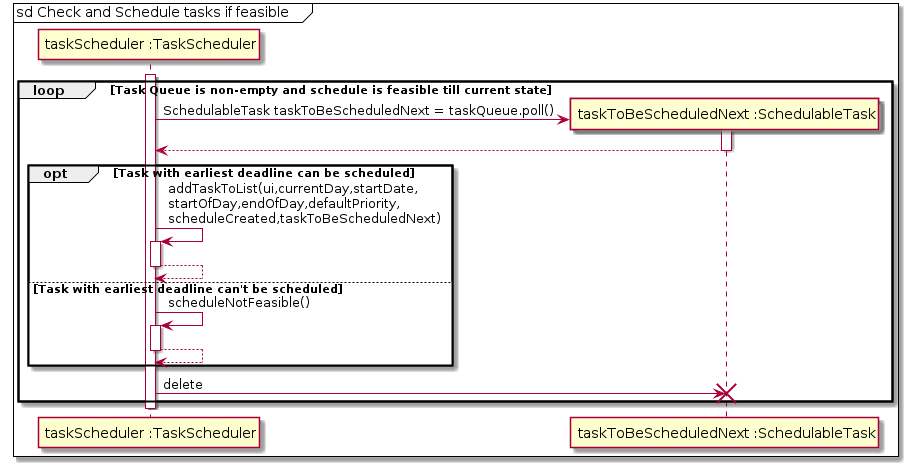
This is docs/images/Schedule_Sub2.png from terrytay/tp, a PlantUML export, as it was before one commit.
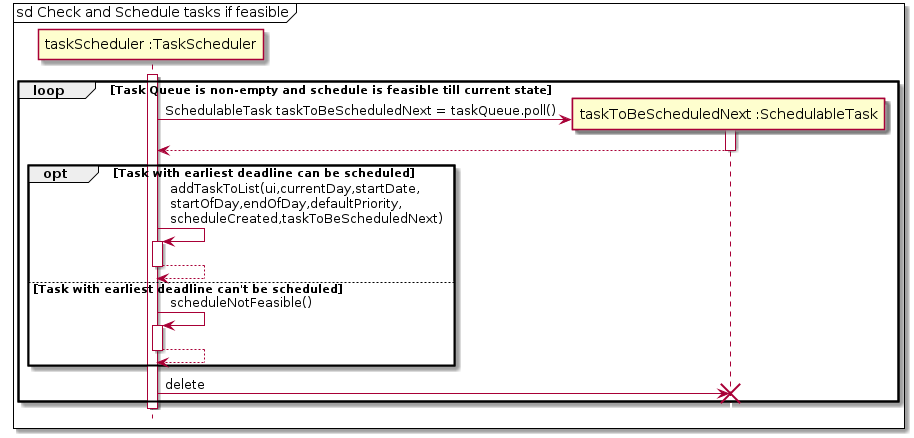
After the change.

What changed in the source:
```diff
@@ -1,5 +1,5 @@
 @startuml
-mainframe sd Check and Schedule tasks if feasible            aaaa..
+mainframe sd Check and Schedule tasks if feasible
 
 participant "taskScheduler :TaskScheduler" as b
 
@@ -40,4 +40,6 @@
 end
 
 deactivate b
+
+hide footbox
 @enduml
```
